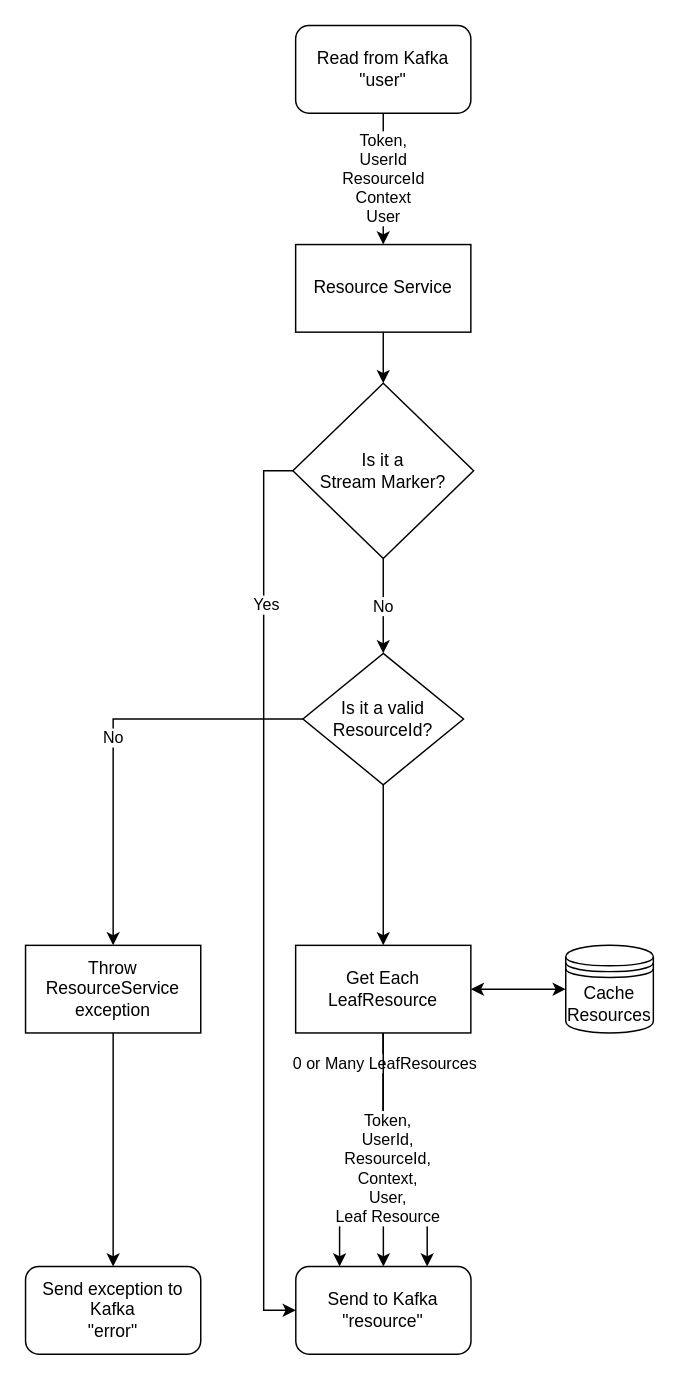
Above: resource-service/doc/resource-service.drawio in gchq/Palisade-services (draw.io), before the change. Source tidied: cells renumbered, new cells numbered last; positions are measured from the earlier drawing's top-left corner, leaving out a move shared by most shapes. Both pictures are drawn from the tidied source at 146%, with x=0, y=0 at pixel (25, 25).
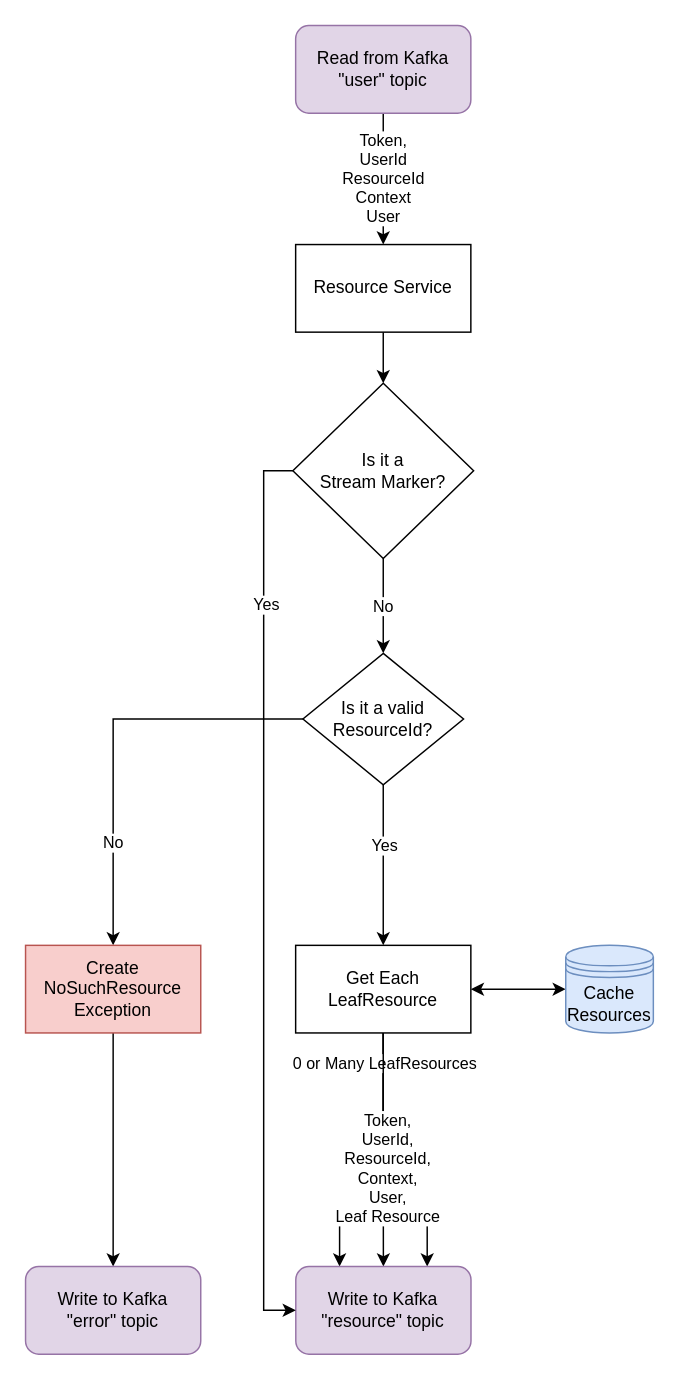
The same page after the edit.

The change refers to these unchanged cells:
```xml
<mxCell id="7" style="edgeStyle=orthogonalEdgeStyle;rounded=0;jettySize=auto;html=1;" parent="1" edge="1" source="9" target="15">
  <mxGeometry relative="1" as="geometry" />
</mxCell>
<mxCell id="9" value="Is it a valid ResourceId?" style="rhombus;whiteSpace=wrap;html=1;" parent="1" vertex="1">
  <mxGeometry x="190" y="430" width="110" height="90" as="geometry" />
</mxCell>
```

Change to the diagram source:
```diff
@@
+    <mxCell id="25" value="Yes" style="edgeLabel;html=1;align=center;verticalAlign=middle;" parent="7" vertex="1">
+      <mxGeometry x="-0.25" relative="1" as="geometry" />
+    </mxCell>
     <mxCell id="8" value="No" style="edgeStyle=orthogonalEdgeStyle;rounded=0;jettySize=auto;html=1;exitX=0;exitY=0.5;exitDx=0;exitDy=0;" parent="1" edge="1" source="9" target="11">
-      <mxGeometry relative="1" as="geometry" />
+      <mxGeometry x="0.51" relative="1" as="geometry" />
     </mxCell>
@@
-    <mxCell id="11" value="Throw ResourceService exception" style="rounded=0;whiteSpace=wrap;html=1;" parent="1" vertex="1">
+    <mxCell id="11" value="Create NoSuchResource Exception" style="rounded=0;whiteSpace=wrap;html=1;fillColor=#f8cecc;strokeColor=#b85450;" parent="1" vertex="1">
       <mxGeometry y="630" width="120" height="60" as="geometry" />
     </mxCell>
@@
-    <mxCell id="16" value="&lt;div&gt;&lt;span&gt;Send exception to Kafka&lt;/span&gt;&lt;/div&gt;&lt;div&gt;&lt;span&gt;&quot;error&quot;&lt;br&gt;&lt;/span&gt;&lt;/div&gt;" style="rounded=1;whiteSpace=wrap;html=1;" parent="1" vertex="1">
+    <mxCell id="16" value="&lt;div&gt;&lt;span&gt;Write to Kafka&lt;/span&gt;&lt;/div&gt;&lt;div&gt;&lt;span&gt;&quot;error&quot; topic&lt;br&gt;&lt;/span&gt;&lt;/div&gt;" style="rounded=1;whiteSpace=wrap;html=1;fillColor=#e1d5e7;strokeColor=#9673a6;" parent="1" vertex="1">
       <mxGeometry y="850" width="120" height="60" as="geometry" />
     </mxCell>
@@
-    <mxCell id="18" value="&lt;div&gt;Read from Kafka&lt;/div&gt;&lt;div&gt;&quot;user&quot;&lt;br&gt;&lt;/div&gt;" style="rounded=1;whiteSpace=wrap;html=1;" parent="1" vertex="1">
+    <mxCell id="18" value="&lt;div&gt;Read from Kafka&lt;/div&gt;&lt;div&gt;&quot;user&quot; topic&lt;br&gt;&lt;/div&gt;" style="rounded=1;whiteSpace=wrap;html=1;fillColor=#e1d5e7;strokeColor=#9673a6;" parent="1" vertex="1">
       <mxGeometry x="185" width="120" height="60" as="geometry" />
     </mxCell>
-    <mxCell id="19" value="&lt;div&gt;Send to Kafka&lt;/div&gt;&lt;div&gt;&quot;resource&quot;&lt;br&gt;&lt;/div&gt;" style="rounded=1;whiteSpace=wrap;html=1;" parent="1" vertex="1">
+    <mxCell id="19" value="&lt;div&gt;Write to Kafka&lt;/div&gt;&lt;div&gt;&quot;resource&quot; topic&lt;br&gt;&lt;/div&gt;" style="rounded=1;whiteSpace=wrap;html=1;fillColor=#e1d5e7;strokeColor=#9673a6;" parent="1" vertex="1">
       <mxGeometry x="185.1" y="850" width="120" height="60" as="geometry" />
     </mxCell>
@@
-    <mxCell id="24" value="&lt;div&gt;Cache&lt;/div&gt;&lt;div&gt;Resources&lt;br&gt;&lt;/div&gt;" style="shape=datastore;whiteSpace=wrap;html=1;" parent="1" vertex="1">
+    <mxCell id="24" value="&lt;div&gt;Cache&lt;/div&gt;&lt;div&gt;Resources&lt;br&gt;&lt;/div&gt;" style="shape=datastore;whiteSpace=wrap;html=1;fillColor=#dae8fc;strokeColor=#6c8ebf;" parent="1" vertex="1">
       <mxGeometry x="370" y="630" width="60" height="60" as="geometry" />
     </mxCell>
```
